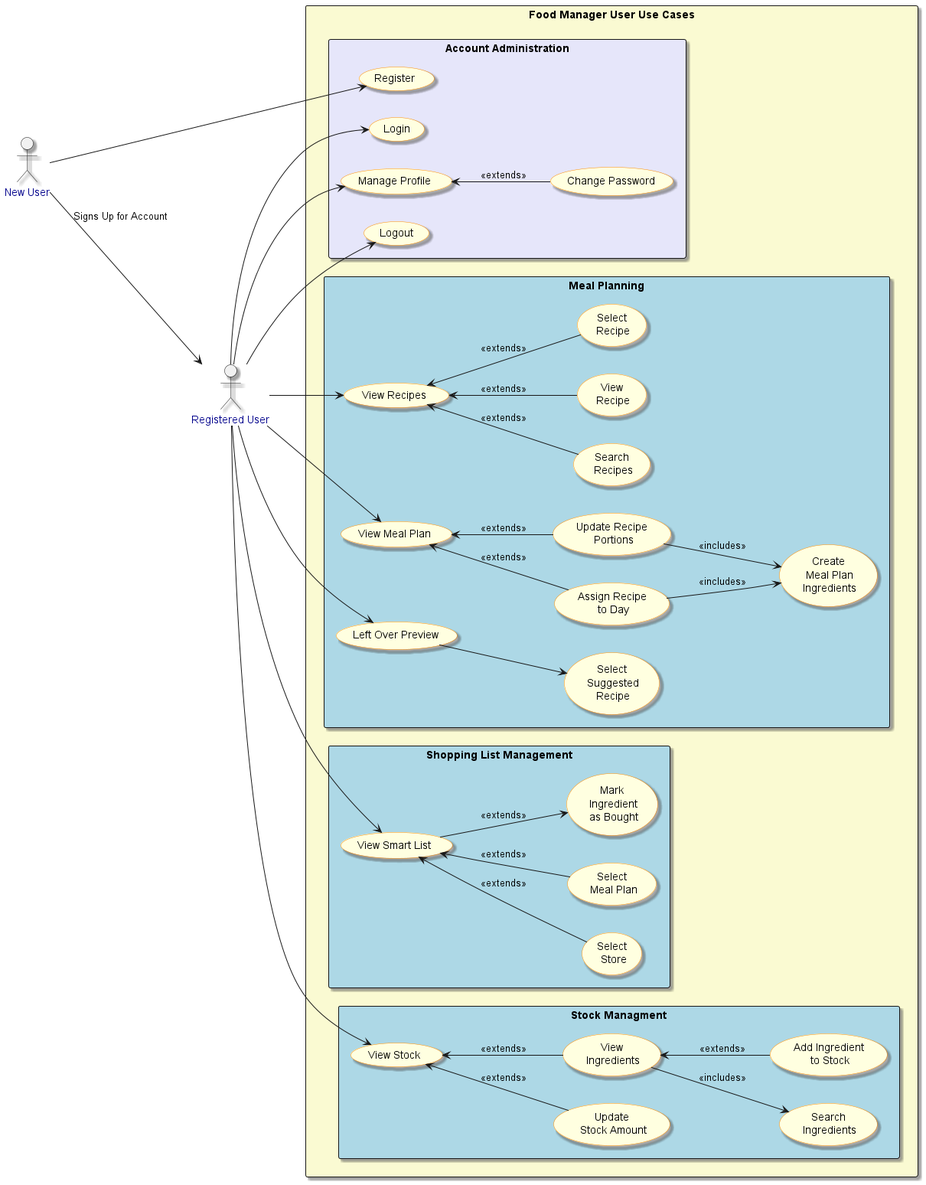
Above: out/documentation/designandmethods/user-usecaseLevel0/Level0.png in jbrun001/foodmanager (PlantUML), before the change. Its diagram source:
```plantuml
@startuml Level0

skinparam shadowing true
skinparam usecase {
    BackgroundColor LightYellow
    BorderColor DarkOrange
    FontColor Black
    FontSize 14
}

skinparam actor {
    FontColor DarkBlue
}

actor NewUser as "New User"
actor User as "Registered User"

NewUser --> User : "Signs Up for Account"
rectangle "Food Manager User Use Cases" #LightGoldenRodYellow {
    left to right direction
    rectangle "Account Administration" #Lavender {
        User --> (Login)
        User --> (Manage Profile)
        (Manage Profile) <-- (Change Password) : <<extends>>
        NewUser --> (Register)
        User --> (Logout)
    }

    rectangle "Meal Planning" #LightBlue {
        User --> (View Recipes)
        (View Recipes) <-- (Search\n Recipes) : <<extends>>
        (View Recipes) <-- (View\n Recipe) : <<extends>>
        (View Recipes) <-- (Select\n Recipe) : <<extends>>
        User --> (View Meal Plan)
        (View Meal Plan) <-- (Assign Recipe\n to Day) : <<extends>>
        (Assign Recipe\n to Day) --> (Create\n Meal Plan\n Ingredients) : <<includes>>
        (Update Recipe\n Portions) --> (Create\n Meal Plan\n Ingredients) : <<includes>>
        (View Meal Plan) <-- (Update Recipe\n Portions) : <<extends>>
        User --> (Left Over Preview)
        (Left Over Preview) --> (Select\n Suggested\n Recipe)
    }

    rectangle "Shopping List Management" #LightBlue {
        User --> (View Smart List)
        (View Smart List) <-- (Select\n Store) : <<extends>>
        (View Smart List) <-- (Select\n Meal Plan) : <<extends>>
        (View Smart List) --> (Mark\n Ingredient\n as Bought) : <<extends>>

    }

    rectangle "Stock Managment" #LightBlue {

        User --> (View Stock)

        (View Stock) <-- (Update\n Stock Amount) : <<extends>>
        (View Stock) <-- (View\n Ingredients) : <<extends>>
        (View\n Ingredients) --> (Search\n Ingredients) : <<includes>>
        (View\n Ingredients) <-- (Add Ingredient\n to Stock) : <<extends>>
    }

}
@enduml
```
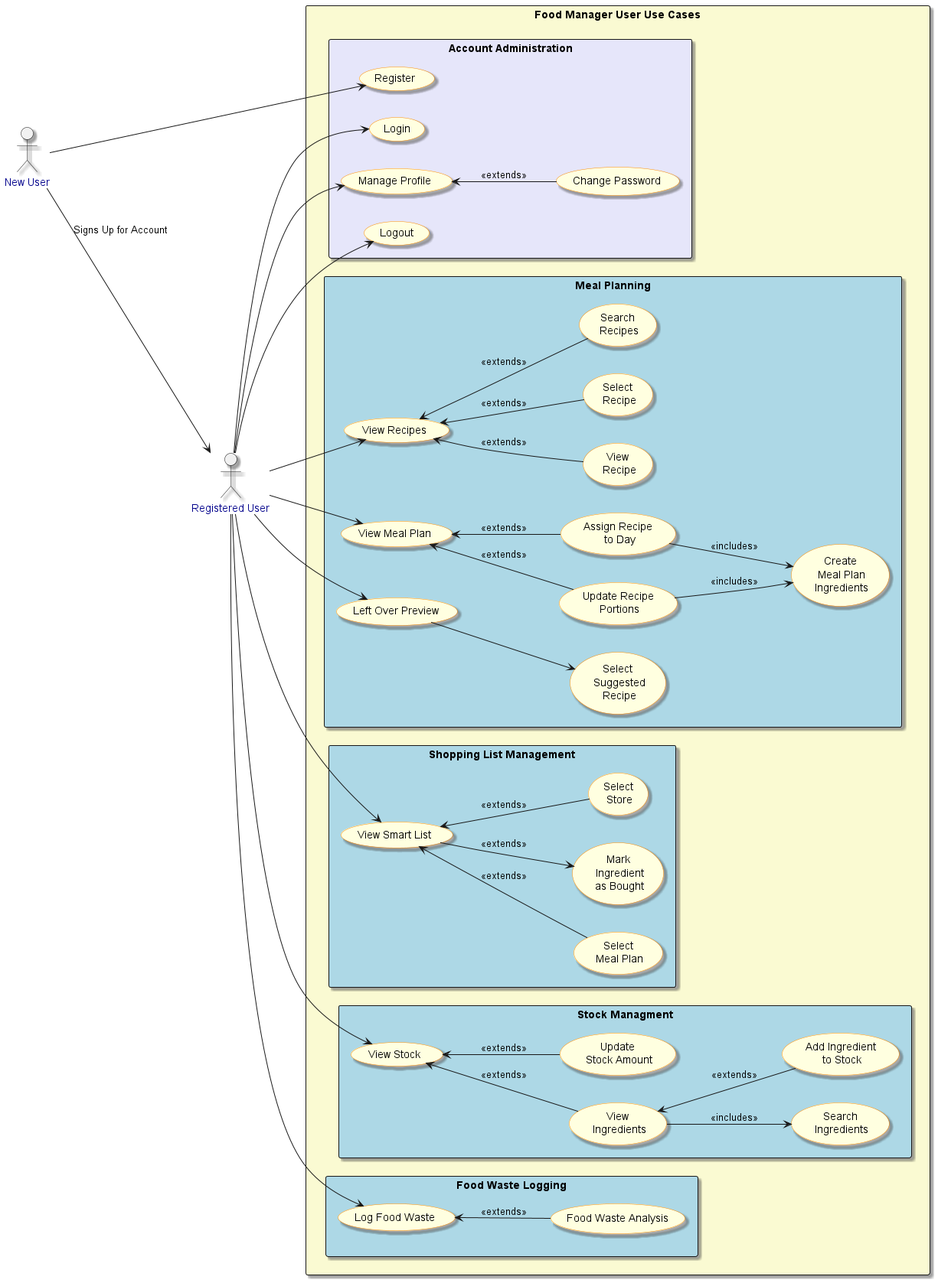
After the commit.

What changed in the source:
```diff
@@ -58,5 +58,12 @@
         (View\n Ingredients) <-- (Add Ingredient\n to Stock) : <<extends>>
     }
 
+
+    rectangle "Food Waste Logging" #LightBlue {
+
+        User --> (Log Food Waste)
+        (Log Food Waste) <-- (Food Waste Analysis) : <<extends>>
+    }
+
 }
 @enduml
```
